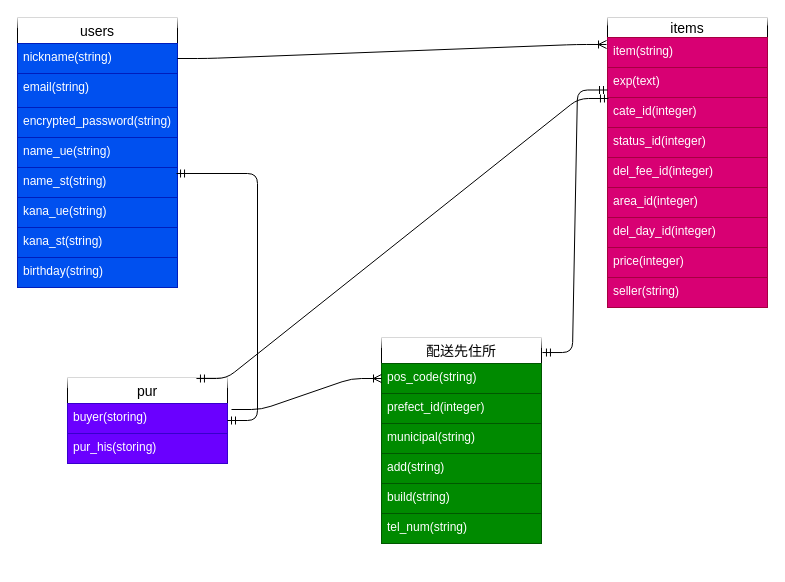
Above: furima.dio in waribasi/furima-36985 (draw.io), before the change. Source tidied: cells renumbered, new cells numbered last; positions are measured from the earlier drawing's top-left corner, leaving out a move shared by most shapes. Both pictures are drawn from the tidied source at 100%, with x=0, y=0 at pixel (17, 17).
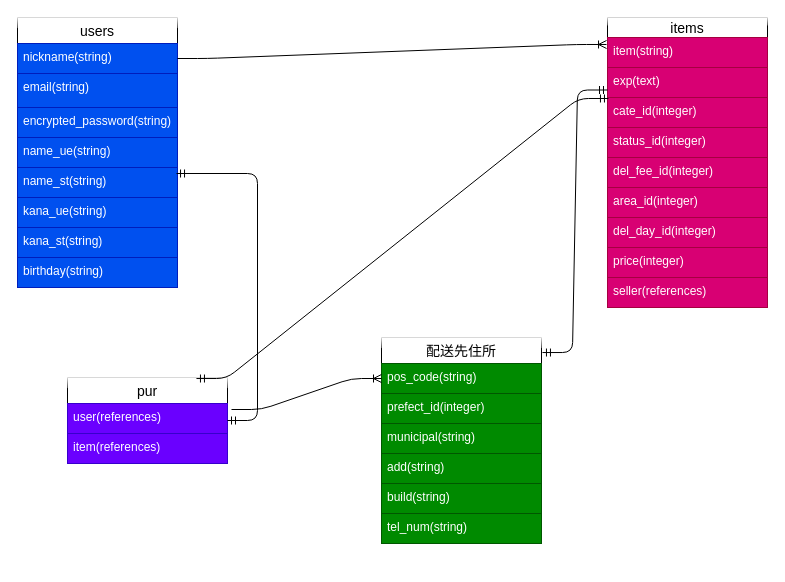
Above is the later version.

The change refers to these unchanged cells:
```xml
<mxCell id="11" value="items" style="swimlane;fontStyle=0;horizontal=1;startSize=20;align=center;fontSize=14;glass=1;" parent="1" vertex="1">
  <mxGeometry x="590" width="160" height="290" as="geometry" />
</mxCell>
<mxCell id="32" value="pur" style="swimlane;fontStyle=0;horizontal=1;startSize=26;align=center;fontSize=14;glass=1;" parent="1" vertex="1">
  <mxGeometry x="50" y="360" width="160" height="86" as="geometry" />
</mxCell>
```

The edit, as a diff of the source:
```diff
@@
-    <mxCell id="20" value="seller(string)" style="text;strokeColor=#A50040;fillColor=#d80073;spacingLeft=4;spacingRight=4;overflow=hidden;fontSize=12;fontColor=#ffffff;" parent="11" vertex="1">
+    <mxCell id="20" value="seller(references)" style="text;strokeColor=#A50040;fillColor=#d80073;spacingLeft=4;spacingRight=4;overflow=hidden;fontSize=12;fontColor=#ffffff;" parent="11" vertex="1">
       <mxGeometry y="260" width="160" height="30" as="geometry" />
     </mxCell>
@@
-    <mxCell id="33" value="buyer(storing)" style="text;strokeColor=#3700CC;fillColor=#6a00ff;spacingLeft=4;spacingRight=4;overflow=hidden;fontSize=12;fontColor=#ffffff;" parent="32" vertex="1">
+    <mxCell id="33" value="user(references)" style="text;strokeColor=#3700CC;fillColor=#6a00ff;spacingLeft=4;spacingRight=4;overflow=hidden;fontSize=12;fontColor=#ffffff;" parent="32" vertex="1">
       <mxGeometry y="26" width="160" height="30" as="geometry" />
     </mxCell>
-    <mxCell id="34" value="pur_his(storing)" style="text;strokeColor=#3700CC;fillColor=#6a00ff;spacingLeft=4;spacingRight=4;overflow=hidden;fontSize=12;fontColor=#ffffff;" parent="32" vertex="1">
+    <mxCell id="34" value="item(references)" style="text;strokeColor=#3700CC;fillColor=#6a00ff;spacingLeft=4;spacingRight=4;overflow=hidden;fontSize=12;fontColor=#ffffff;" parent="32" vertex="1">
       <mxGeometry y="56" width="160" height="30" as="geometry" />
     </mxCell>
```
